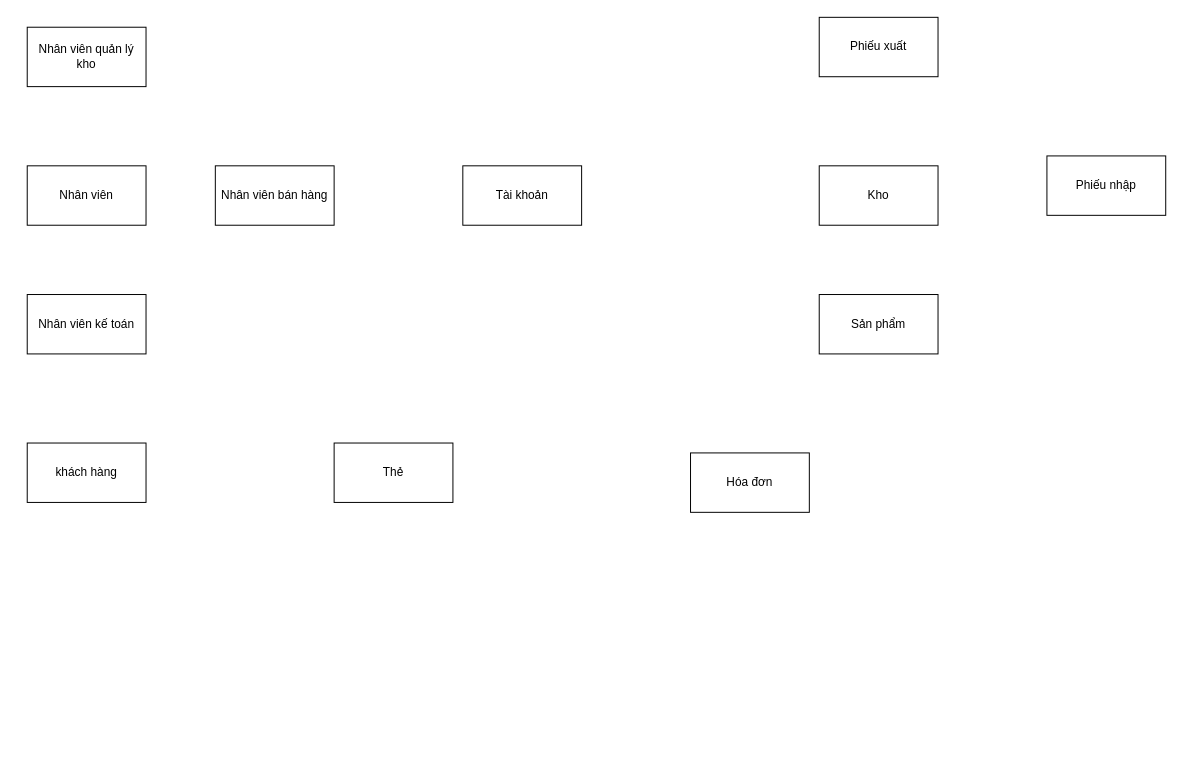
Before: Software_Requirment_Specification/ERD Diagram.drawio in Thanhnhan77620/Project-CNPM, a draw.io diagram. Source tidied: cells renumbered, new cells numbered last; positions are measured from the earlier drawing's top-left corner, leaving out a move shared by most shapes. Both pictures are drawn from the tidied source at 99%, with x=0, y=0 at pixel (27, 17).
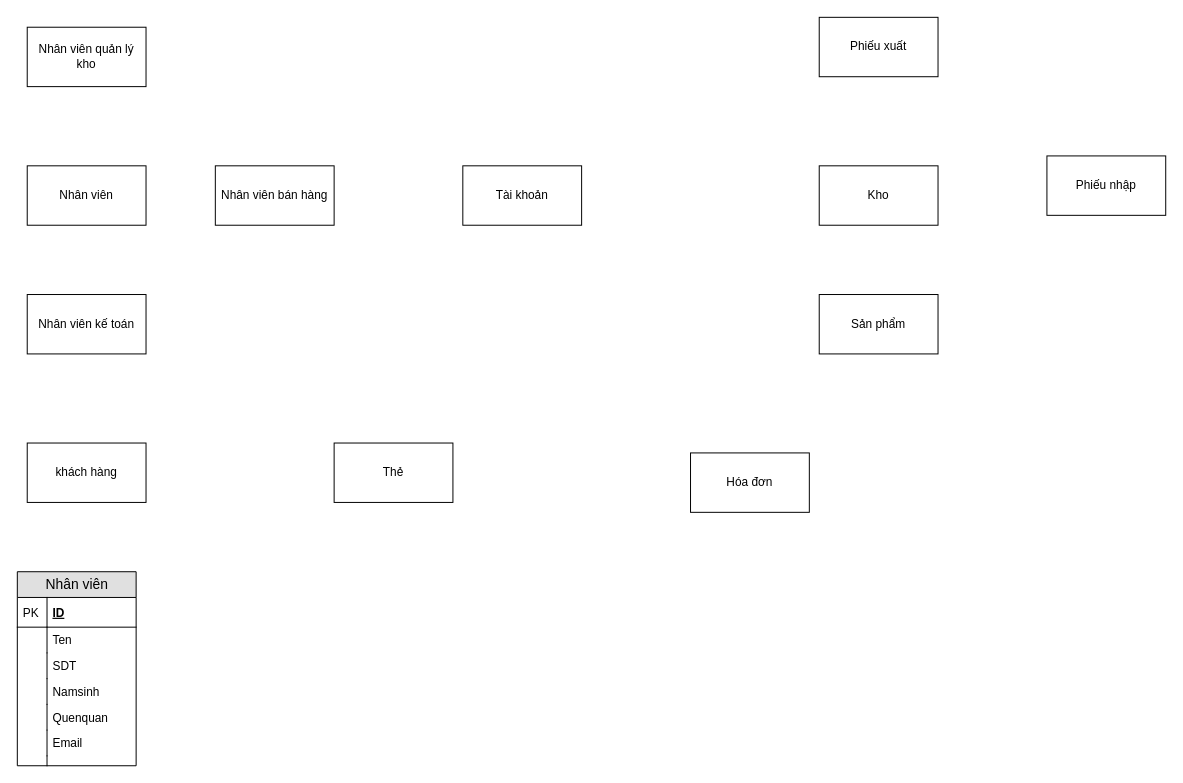
After the change.

The edit, as a diff of the source:
```diff
@@
+    <mxCell id="14" value="Nhân viên" style="swimlane;fontStyle=0;horizontal=1;startSize=26;fillColor=#e0e0e0;swimlaneFillColor=#ffffff;align=center;fontSize=14;labelBackgroundColor=none;html=1;" parent="1" vertex="1">
+      <mxGeometry x="-10" y="560" width="120" height="196" as="geometry" />
+    </mxCell>
+    <mxCell id="15" value="ID" style="shape=partialRectangle;top=0;left=0;right=0;bottom=1;align=left;verticalAlign=middle;fillColor=none;spacingLeft=34;spacingRight=4;overflow=hidden;fontStyle=5;fontSize=12;" parent="14" vertex="1">
+      <mxGeometry y="26" width="120" height="30" as="geometry" />
+    </mxCell>
+    <mxCell id="16" value="PK" style="shape=partialRectangle;top=0;left=0;bottom=0;fillColor=none;align=left;verticalAlign=middle;spacingLeft=4;spacingRight=4;overflow=hidden;fontSize=12;" parent="15" vertex="1">
+      <mxGeometry width="30" height="30" as="geometry" />
+    </mxCell>
+    <mxCell id="17" value="Ten" style="shape=partialRectangle;top=0;left=0;right=0;bottom=0;align=left;verticalAlign=top;fillColor=none;spacingLeft=34;spacingRight=4;overflow=hidden;fontSize=12;" parent="14" vertex="1">
+      <mxGeometry y="56" width="120" height="26" as="geometry" />
+    </mxCell>
+    <mxCell id="18" style="shape=partialRectangle;top=0;left=0;bottom=0;fillColor=none;align=left;verticalAlign=top;spacingLeft=4;spacingRight=4;overflow=hidden;fontSize=12;" parent="17" vertex="1">
+      <mxGeometry width="30" height="26" as="geometry" />
+    </mxCell>
+    <mxCell id="19" value="SDT" style="shape=partialRectangle;top=0;left=0;right=0;bottom=0;align=left;verticalAlign=top;fillColor=none;spacingLeft=34;spacingRight=4;overflow=hidden;fontSize=12;" parent="14" vertex="1">
+      <mxGeometry y="82" width="120" height="26" as="geometry" />
+    </mxCell>
+    <mxCell id="20" style="shape=partialRectangle;top=0;left=0;bottom=0;fillColor=none;align=left;verticalAlign=top;spacingLeft=4;spacingRight=4;overflow=hidden;fontSize=12;" parent="19" vertex="1">
+      <mxGeometry width="30" height="26" as="geometry" />
+    </mxCell>
+    <mxCell id="21" value="Namsinh" style="shape=partialRectangle;top=0;left=0;right=0;bottom=0;align=left;verticalAlign=top;fillColor=none;spacingLeft=34;spacingRight=4;overflow=hidden;fontSize=12;" parent="14" vertex="1">
+      <mxGeometry y="108" width="120" height="26" as="geometry" />
+    </mxCell>
+    <mxCell id="22" style="shape=partialRectangle;top=0;left=0;bottom=0;fillColor=none;align=left;verticalAlign=top;spacingLeft=4;spacingRight=4;overflow=hidden;fontSize=12;" parent="21" vertex="1">
+      <mxGeometry width="30" height="26" as="geometry" />
+    </mxCell>
+    <mxCell id="23" value="Quenquan" style="shape=partialRectangle;top=0;left=0;right=0;bottom=0;align=left;verticalAlign=top;fillColor=none;spacingLeft=34;spacingRight=4;overflow=hidden;fontSize=12;" parent="14" vertex="1">
+      <mxGeometry y="134" width="120" height="26" as="geometry" />
+    </mxCell>
+    <mxCell id="24" style="shape=partialRectangle;top=0;left=0;bottom=0;fillColor=none;align=left;verticalAlign=top;spacingLeft=4;spacingRight=4;overflow=hidden;fontSize=12;" parent="23" vertex="1">
+      <mxGeometry width="30" height="26" as="geometry" />
+    </mxCell>
+    <mxCell id="25" value="Email" style="shape=partialRectangle;top=0;left=0;right=0;bottom=0;align=left;verticalAlign=top;fillColor=none;spacingLeft=34;spacingRight=4;overflow=hidden;fontSize=12;" parent="14" vertex="1">
+      <mxGeometry y="160" width="120" height="26" as="geometry" />
+    </mxCell>
+    <mxCell id="26" style="shape=partialRectangle;top=0;left=0;bottom=0;fillColor=none;align=left;verticalAlign=top;spacingLeft=4;spacingRight=4;overflow=hidden;fontSize=12;" parent="25" vertex="1">
+      <mxGeometry width="30" height="26" as="geometry" />
+    </mxCell>
+    <mxCell id="27" style="shape=partialRectangle;top=0;left=0;right=0;bottom=0;align=left;verticalAlign=top;fillColor=none;spacingLeft=34;spacingRight=4;overflow=hidden;fontSize=12;" parent="14" vertex="1">
+      <mxGeometry y="186" width="120" height="10" as="geometry" />
+    </mxCell>
+    <mxCell id="28" style="shape=partialRectangle;top=0;left=0;bottom=0;fillColor=none;align=left;verticalAlign=top;spacingLeft=4;spacingRight=4;overflow=hidden;fontSize=12;" parent="27" vertex="1">
+      <mxGeometry width="30" height="10" as="geometry" />
+    </mxCell>
```
